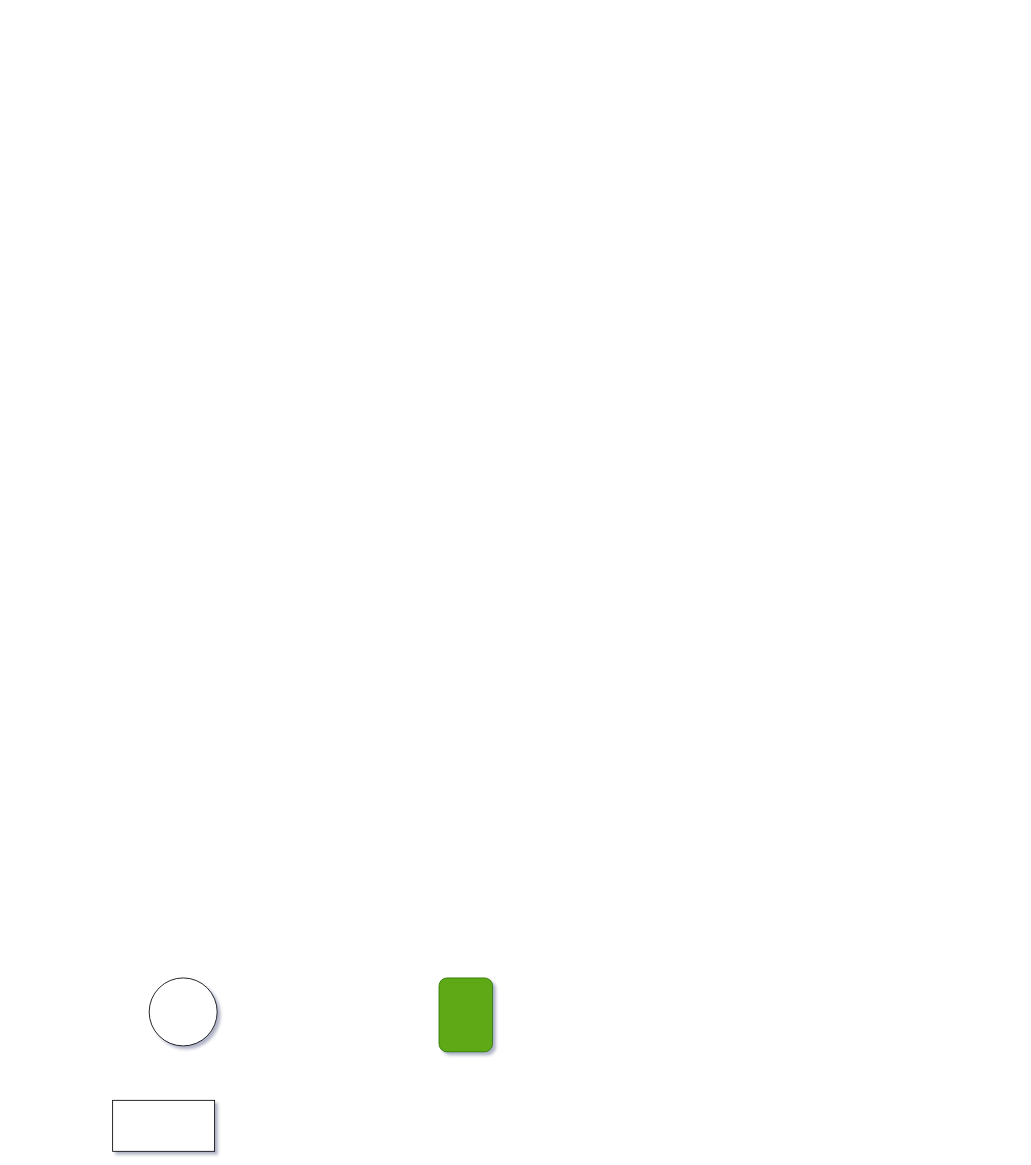
Before: diagrams/Untitled Diagram.drawio in Mr-Cai/Note, a draw.io diagram. Source tidied: cells renumbered, new cells numbered last; positions are measured from the earlier drawing's top-left corner, leaving out a move shared by most shapes. Both pictures are drawn from the tidied source at 85%, with x=0, y=0 at pixel (112, 978).
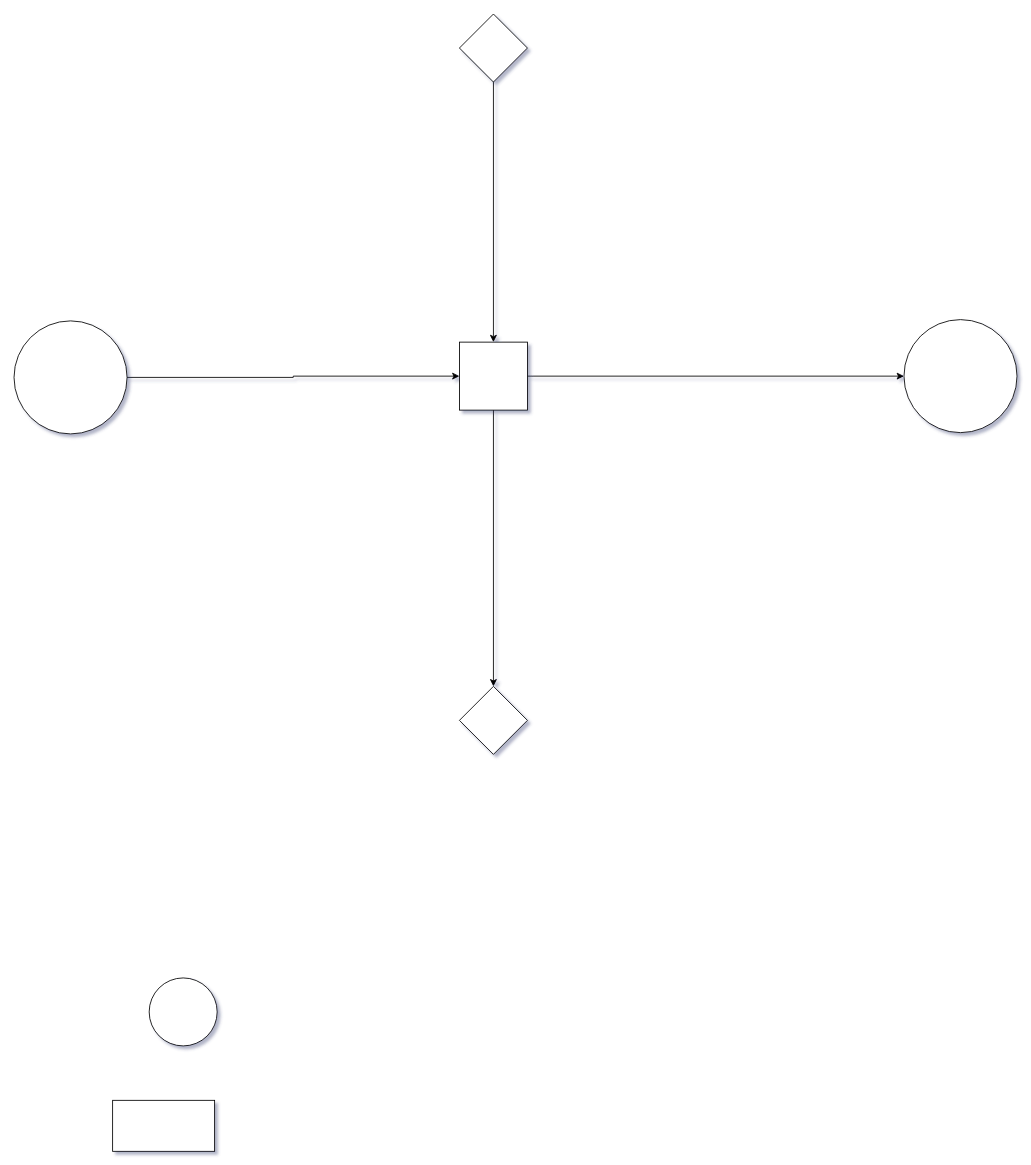
The same diagram, later.

The edit, as a diff of the source:
```diff
@@
 <mxGraphModel shadow="1">
   <root>
     <mxCell id="0" />
     <mxCell id="1" parent="0" />
     <mxCell id="2" style="ellipse;whiteSpace=wrap;html=1;" parent="1" vertex="1">
       <mxGeometry x="43" width="80" height="80" as="geometry" />
     </mxCell>
     <mxCell id="3" style="rounded=0;whiteSpace=wrap;html=1;" parent="1" vertex="1">
       <mxGeometry y="144" width="120" height="60" as="geometry" />
     </mxCell>
-    <mxCell id="4" style="rounded=1;whiteSpace=wrap;html=1;fillColor=#60a917;strokeColor=#2D7600;fontColor=#ffffff;" parent="1" vertex="1">
-      <mxGeometry x="384" width="63" height="87" as="geometry" />
-    </mxCell>
+    <mxCell id="5" style="edgeStyle=orthogonalEdgeStyle;rounded=0;jettySize=auto;html=1;" parent="1" edge="1" source="6" target="10">
+      <mxGeometry relative="1" as="geometry" />
+    </mxCell>
+    <mxCell id="6" style="ellipse;whiteSpace=wrap;html=1;" parent="1" vertex="1">
+      <mxGeometry x="-116" y="-773" width="133" height="133" as="geometry" />
+    </mxCell>
+    <mxCell id="7" style="ellipse;whiteSpace=wrap;html=1;" parent="1" vertex="1">
+      <mxGeometry x="931" y="-774.5" width="133" height="133" as="geometry" />
+    </mxCell>
+    <mxCell id="8" style="edgeStyle=orthogonalEdgeStyle;rounded=0;jettySize=auto;html=1;" parent="1" edge="1" source="10" target="7">
+      <mxGeometry relative="1" as="geometry" />
+    </mxCell>
+    <mxCell id="9" style="edgeStyle=orthogonalEdgeStyle;rounded=0;jettySize=auto;html=1;entryX=0.5;entryY=0;entryDx=0;entryDy=0;" parent="1" edge="1" source="10" target="13">
+      <mxGeometry relative="1" as="geometry" />
+    </mxCell>
+    <mxCell id="10" style="whiteSpace=wrap;html=1;" parent="1" vertex="1">
+      <mxGeometry x="408" y="-748" width="80" height="80" as="geometry" />
+    </mxCell>
+    <mxCell id="11" style="edgeStyle=orthogonalEdgeStyle;rounded=0;jettySize=auto;html=1;entryX=0.5;entryY=0;entryDx=0;entryDy=0;" parent="1" edge="1" source="12" target="10">
+      <mxGeometry relative="1" as="geometry" />
+    </mxCell>
+    <mxCell id="12" style="rhombus;whiteSpace=wrap;html=1;" parent="1" vertex="1">
+      <mxGeometry x="408" y="-1134" width="80" height="80" as="geometry" />
+    </mxCell>
+    <mxCell id="13" style="rhombus;whiteSpace=wrap;html=1;" parent="1" vertex="1">
+      <mxGeometry x="408" y="-343" width="80" height="80" as="geometry" />
+    </mxCell>
   </root>
 </mxGraphModel>
```
